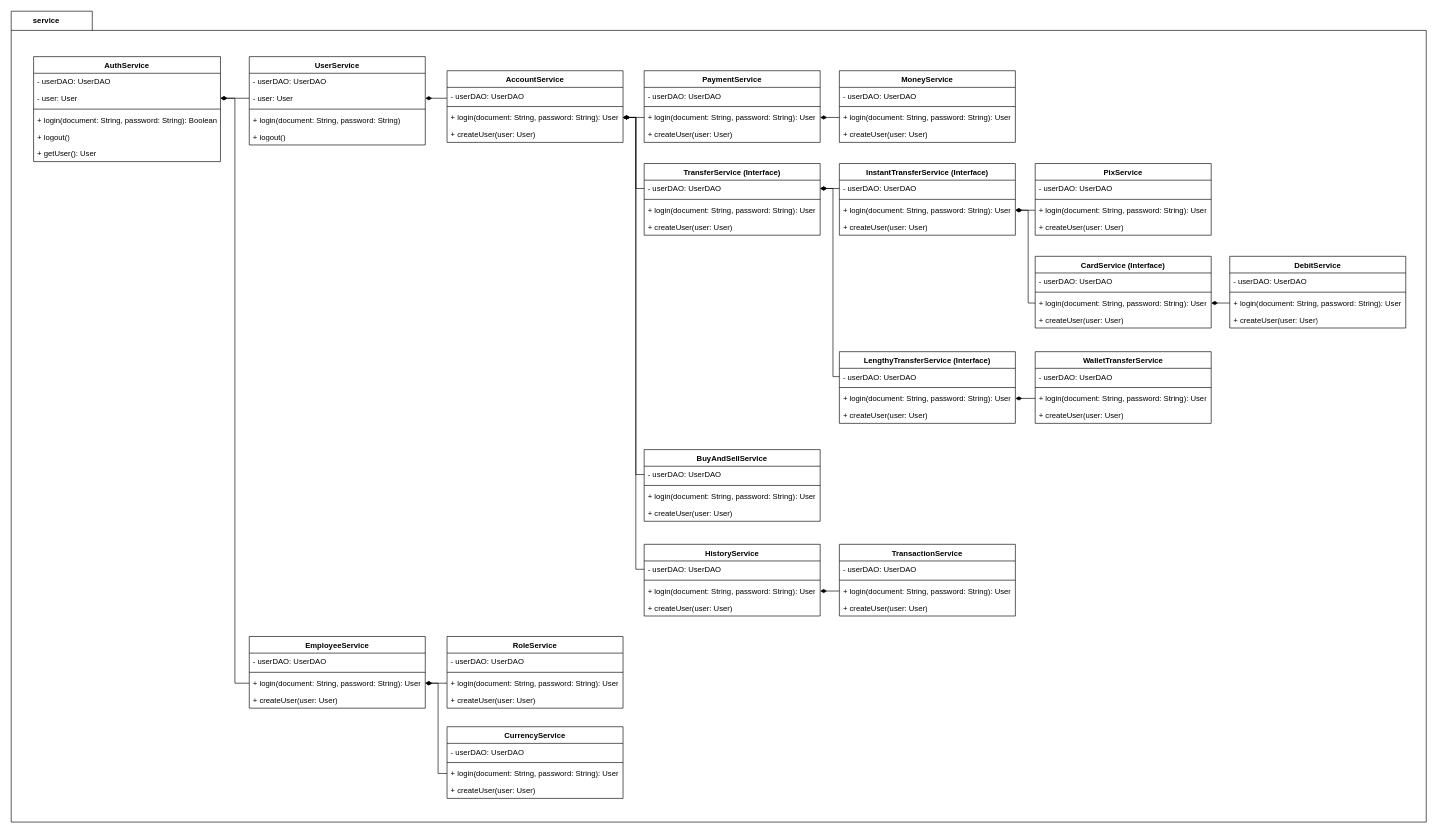
Above: page "service" (7 of 7) of docs/diagrams/diagram.drawio in PedroLucas63/cryptobank (draw.io), before the change. Source tidied: cells renumbered, new cells numbered last; positions are measured from the earlier drawing's top-left corner, leaving out a move shared by most shapes. Both pictures are drawn from the tidied source at 64%, with x=0, y=0 at pixel (11, 11).
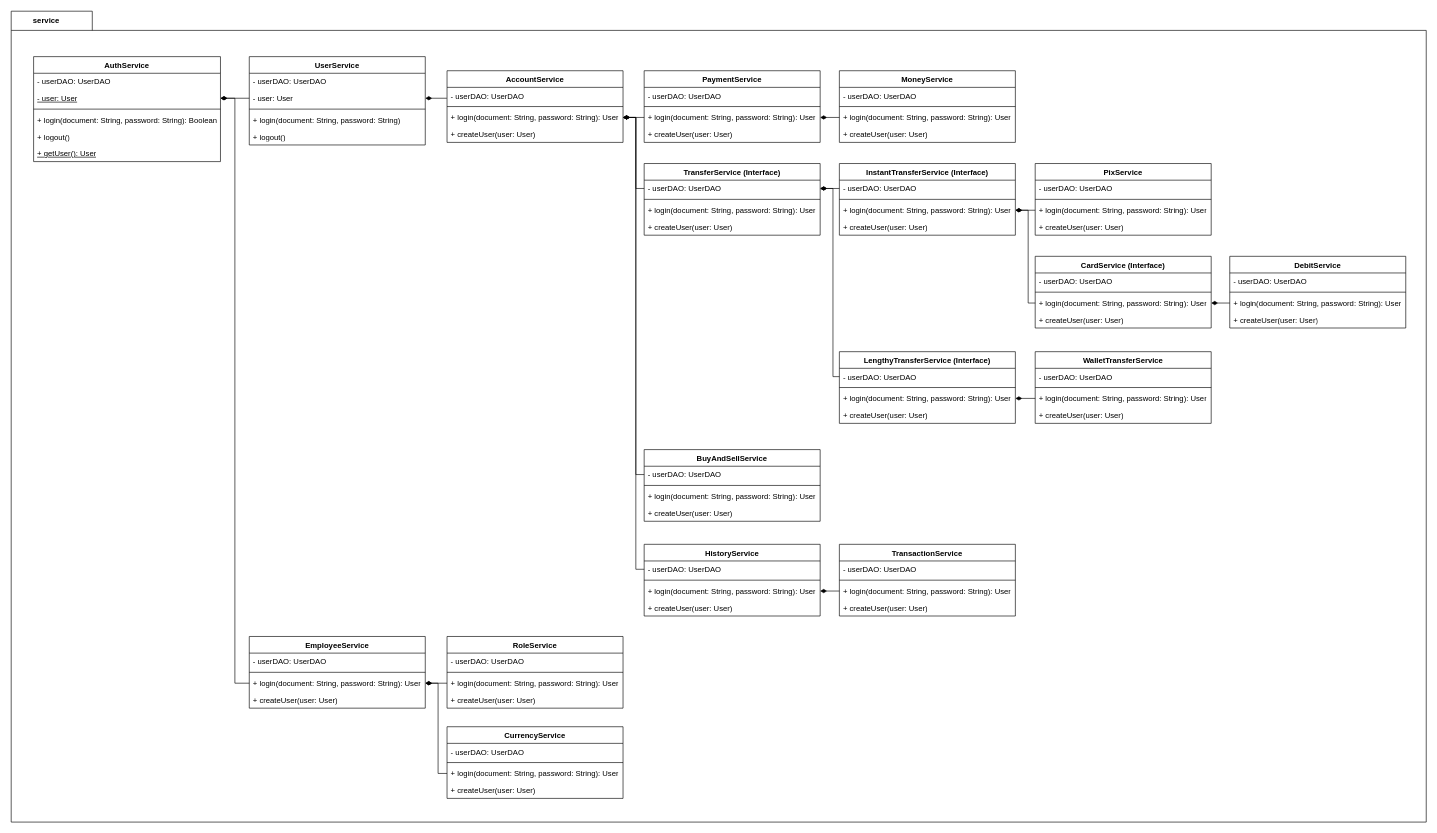
After the change.

Unchanged cells that the change refers to:
```xml
<mxCell id="4" value="AuthService" style="swimlane;fontStyle=1;align=center;verticalAlign=top;horizontal=1;startSize=26;whiteSpace=wrap;html=1;" parent="2" vertex="1">
  <mxGeometry x="35" y="71" width="292" height="164" as="geometry" />
</mxCell>
```

What changed in the source:
```diff
@@
-    <mxCell id="6" value="- user: User" style="text;strokeColor=none;fillColor=none;align=left;verticalAlign=top;spacingLeft=4;spacingRight=4;overflow=hidden;points=[[0,0.5],[1,0.5]];portConstraint=eastwest;whiteSpace=wrap;html=1;" parent="4" vertex="1">
+    <mxCell id="6" value="- user: User" style="text;strokeColor=none;fillColor=none;align=left;verticalAlign=top;spacingLeft=4;spacingRight=4;overflow=hidden;points=[[0,0.5],[1,0.5]];portConstraint=eastwest;whiteSpace=wrap;html=1;fontStyle=4;" parent="4" vertex="1">
       <mxGeometry y="52" width="292" height="26" as="geometry" />
     </mxCell>
@@
-    <mxCell id="10" value="+ getUser(): User" style="text;strokeColor=none;fillColor=none;align=left;verticalAlign=top;spacingLeft=4;spacingRight=4;overflow=hidden;whiteSpace=wrap;html=1;" parent="4" vertex="1">
+    <mxCell id="10" value="+ getUser(): User" style="text;strokeColor=none;fillColor=none;align=left;verticalAlign=top;spacingLeft=4;spacingRight=4;overflow=hidden;whiteSpace=wrap;html=1;fontStyle=4;" parent="4" vertex="1">
       <mxGeometry y="138" width="292" height="26" as="geometry" />
     </mxCell>
```
